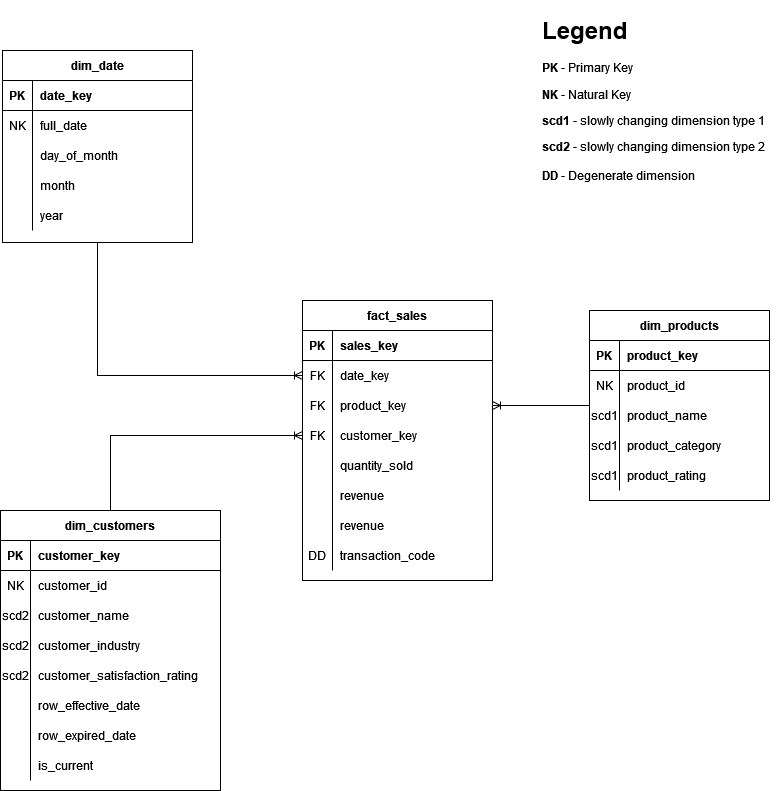
This is images/data_model.png from mradobuljac/showcase-data-pipeline, a draw.io export, as it was before one commit. Source tidied: cells renumbered, new cells last; positions are measured from the earlier drawing's top-left corner, leaving out a move shared by most shapes.
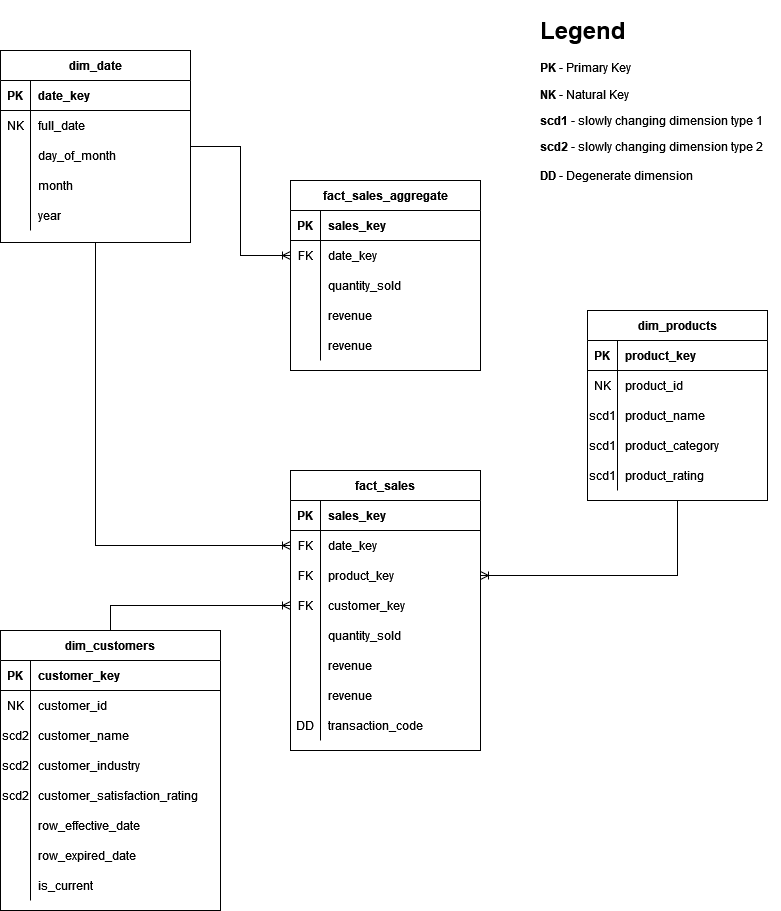
The same file after the commit.

The edit, as a diff of the source:
```diff
@@ -3,7 +3,7 @@
     <mxCell id="0" />
     <mxCell id="1" parent="0" />
     <mxCell id="2" value="fact_sales" style="shape=table;startSize=30;rowLines=0;fontStyle=1;align=center;" parent="1" vertex="1">
-      <mxGeometry x="302" y="290" width="190" height="280" as="geometry" />
+      <mxGeometry x="292" y="460" width="190" height="280" as="geometry" />
     </mxCell>
     <mxCell id="3" style="shape=partialRectangle;fillColor=none;top=0;left=0;right=0;bottom=1;" parent="2" vertex="1">
       <mxGeometry y="30" width="190" height="30" as="geometry" />
@@ -81,7 +81,7 @@
       <mxGeometry relative="1" as="geometry" />
     </mxCell>
     <mxCell id="28" value="dim_customers" style="shape=table;startSize=30;rowLines=0;fontStyle=1;align=center;" parent="1" vertex="1">
-      <mxGeometry y="500" width="220" height="280" as="geometry" />
+      <mxGeometry x="2" y="620" width="220" height="280" as="geometry" />
     </mxCell>
     <mxCell id="29" style="shape=partialRectangle;fillColor=none;top=0;left=0;right=0;bottom=1;" parent="28" vertex="1">
       <mxGeometry y="30" width="220" height="30" as="geometry" />
@@ -158,6 +158,9 @@
     <mxCell id="53" style="edgeStyle=orthogonalEdgeStyle;rounded=0;jettySize=auto;html=1;endArrow=ERoneToMany;endFill=0;" parent="1" edge="1" source="54" target="6">
       <mxGeometry relative="1" as="geometry" />
     </mxCell>
+    <mxCell id="88" style="edgeStyle=orthogonalEdgeStyle;rounded=0;jettySize=auto;html=1;entryX=0;entryY=0.5;entryDx=0;entryDy=0;endArrow=ERoneToMany;endFill=0;" parent="1" edge="1" source="54" target="93">
+      <mxGeometry relative="1" as="geometry" />
+    </mxCell>
     <mxCell id="54" value="dim_date" style="shape=table;startSize=30;rowLines=0;fontStyle=1;align=center;" parent="1" vertex="1">
       <mxGeometry x="2" y="40" width="190" height="192" as="geometry" />
     </mxCell>
@@ -260,5 +263,53 @@
     <mxCell id="87" value="&lt;h1&gt;Legend&lt;/h1&gt;&lt;p&gt;&lt;b&gt;PK &lt;/b&gt;- Primary Key&lt;/p&gt;&lt;p&gt;&lt;b&gt;NK &lt;/b&gt;- Natural Key&lt;/p&gt;&lt;p&gt;&lt;b&gt;scd1 &lt;/b&gt;- slowly changing dimension type 1&lt;br&gt;&lt;/p&gt;&lt;div&gt;&lt;b&gt;scd2 &lt;/b&gt;- slowly changing dimension type 2&lt;/div&gt;&lt;div&gt;&lt;br&gt;&lt;/div&gt;&lt;div&gt;&lt;b&gt;DD &lt;/b&gt;- Degenerate dimension&lt;br&gt;&lt;/div&gt;" style="text;html=1;strokeColor=none;fillColor=none;spacing=5;spacingTop=-20;whiteSpace=wrap;overflow=hidden;rounded=0;" parent="1" vertex="1">
       <mxGeometry x="537" width="245" height="180" as="geometry" />
     </mxCell>
+    <mxCell id="89" value="fact_sales_aggregate" style="shape=table;startSize=30;rowLines=0;fontStyle=1;align=center;" parent="1" vertex="1">
+      <mxGeometry x="292" y="170" width="190" height="190" as="geometry" />
+    </mxCell>
+    <mxCell id="90" style="shape=partialRectangle;fillColor=none;top=0;left=0;right=0;bottom=1;" parent="89" vertex="1">
+      <mxGeometry y="30" width="190" height="30" as="geometry" />
+    </mxCell>
+    <mxCell id="91" value="PK" style="shape=partialRectangle;overflow=hidden;fillColor=none;top=0;left=0;bottom=0;right=0;fontStyle=1;" parent="90" vertex="1">
+      <mxGeometry width="30" height="30" as="geometry" />
+    </mxCell>
+    <mxCell id="92" value="sales_key" style="shape=partialRectangle;overflow=hidden;fillColor=none;top=0;left=0;bottom=0;right=0;align=left;spacingLeft=6;fontStyle=1;" parent="90" vertex="1">
+      <mxGeometry x="30" width="160" height="30" as="geometry" />
+    </mxCell>
+    <mxCell id="93" style="shape=partialRectangle;fillColor=none;points=[[0,0.5],[1,0.5]];portConstraint=eastwest;top=0;left=0;right=0;bottom=0;" parent="89" vertex="1">
+      <mxGeometry y="60" width="190" height="30" as="geometry" />
+    </mxCell>
+    <mxCell id="94" value="FK" style="shape=partialRectangle;overflow=hidden;fillColor=none;top=0;left=0;bottom=0;right=0;" parent="93" vertex="1">
+      <mxGeometry width="30" height="30" as="geometry" />
+    </mxCell>
+    <mxCell id="95" value="date_key" style="shape=partialRectangle;overflow=hidden;fillColor=none;top=0;left=0;bottom=0;right=0;align=left;spacingLeft=6;" parent="93" vertex="1">
+      <mxGeometry x="30" width="160" height="30" as="geometry" />
+    </mxCell>
+    <mxCell id="96" style="shape=partialRectangle;fillColor=none;top=0;left=0;right=0;bottom=0;" parent="89" vertex="1">
+      <mxGeometry y="90" width="190" height="30" as="geometry" />
+    </mxCell>
+    <mxCell id="97" style="shape=partialRectangle;overflow=hidden;fillColor=none;top=0;left=0;bottom=0;right=0;" parent="96" vertex="1">
+      <mxGeometry width="30" height="30" as="geometry" />
+    </mxCell>
+    <mxCell id="98" value="quantity_sold" style="shape=partialRectangle;overflow=hidden;fillColor=none;top=0;left=0;bottom=0;right=0;align=left;spacingLeft=6;" parent="96" vertex="1">
+      <mxGeometry x="30" width="160" height="30" as="geometry" />
+    </mxCell>
+    <mxCell id="99" style="shape=partialRectangle;fillColor=none;top=0;left=0;right=0;bottom=0;" parent="89" vertex="1">
+      <mxGeometry y="120" width="190" height="30" as="geometry" />
+    </mxCell>
+    <mxCell id="100" style="shape=partialRectangle;overflow=hidden;fillColor=none;top=0;left=0;bottom=0;right=0;" parent="99" vertex="1">
+      <mxGeometry width="30" height="30" as="geometry" />
+    </mxCell>
+    <mxCell id="101" value="revenue" style="shape=partialRectangle;overflow=hidden;fillColor=none;top=0;left=0;bottom=0;right=0;align=left;spacingLeft=6;" parent="99" vertex="1">
+      <mxGeometry x="30" width="160" height="30" as="geometry" />
+    </mxCell>
+    <mxCell id="102" style="shape=partialRectangle;fillColor=none;top=0;left=0;right=0;bottom=0;" parent="89" vertex="1">
+      <mxGeometry y="150" width="190" height="30" as="geometry" />
+    </mxCell>
+    <mxCell id="103" style="shape=partialRectangle;overflow=hidden;fillColor=none;top=0;left=0;bottom=0;right=0;" parent="102" vertex="1">
+      <mxGeometry width="30" height="30" as="geometry" />
+    </mxCell>
+    <mxCell id="104" value="revenue" style="shape=partialRectangle;overflow=hidden;fillColor=none;top=0;left=0;bottom=0;right=0;align=left;spacingLeft=6;" parent="102" vertex="1">
+      <mxGeometry x="30" width="160" height="30" as="geometry" />
+    </mxCell>
   </root>
 </mxGraphModel>
```
